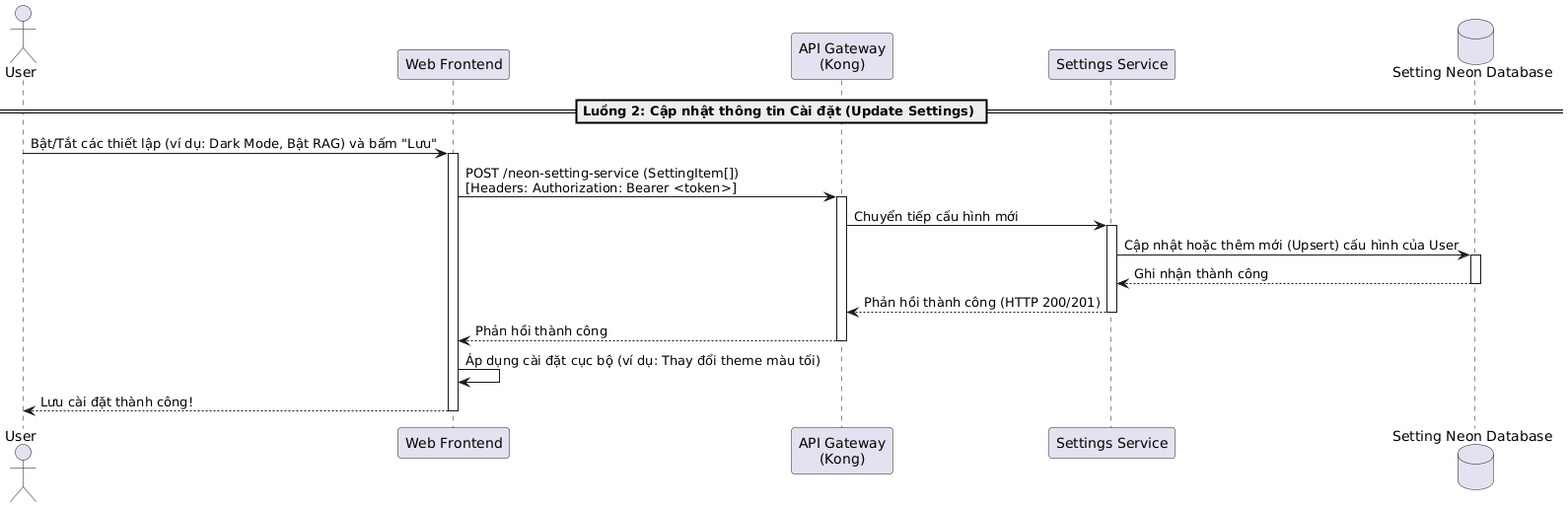
20206205Tech/docs-uml keeps this PlantUML diagram as temp/05-sequence/UML-Sequence-16.png. Above is the earlier version.
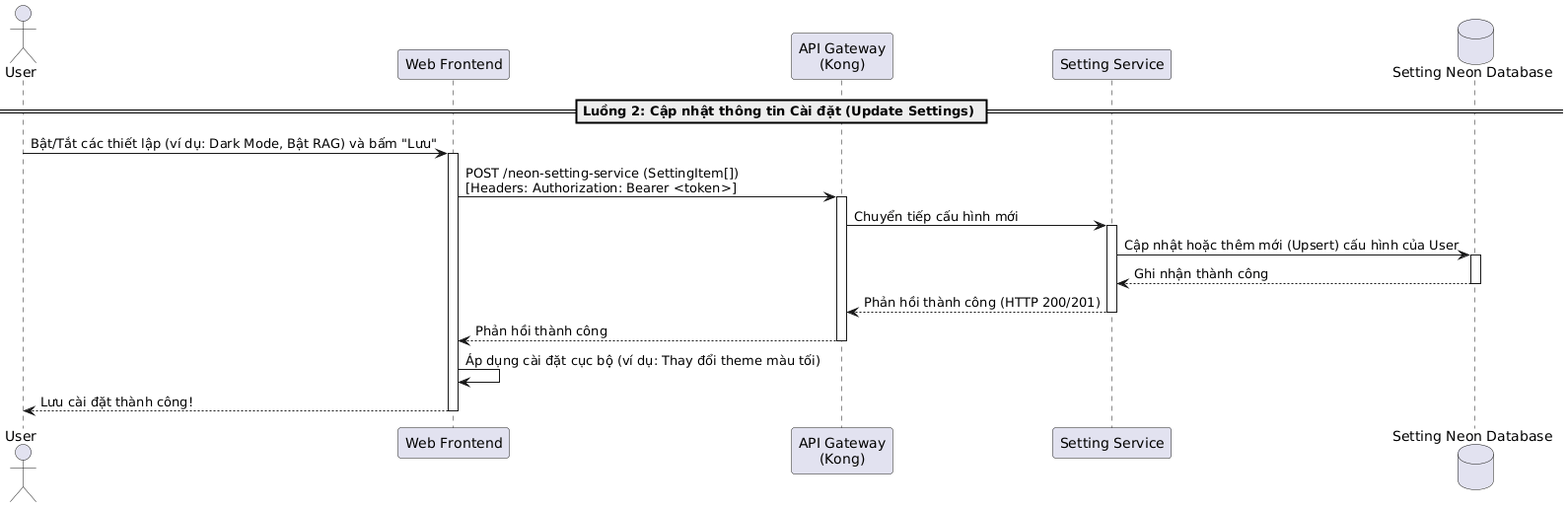
The same file after the commit.

What changed in the source:
```diff
@@ -2,7 +2,7 @@
 actor "User" as User
 participant "Web Frontend" as Frontend
 participant "API Gateway\n(Kong)" as Kong
-participant "Settings Service" as SettingsService
+participant "Setting Service" as SettingService
 database "Setting Neon Database" as DB
 
 == Luồng 2: Cập nhật thông tin Cài đặt (Update Settings) ==
@@ -11,14 +11,14 @@
 
 Frontend -> Kong: POST /neon-setting-service (SettingItem[]) \n[Headers: Authorization: Bearer <token>]
 activate Kong
-Kong -> SettingsService: Chuyển tiếp cấu hình mới
-activate SettingsService
-SettingsService -> DB: Cập nhật hoặc thêm mới (Upsert) cấu hình của User
+Kong -> SettingService: Chuyển tiếp cấu hình mới
+activate SettingService
+SettingService -> DB: Cập nhật hoặc thêm mới (Upsert) cấu hình của User
 activate DB
-DB --> SettingsService: Ghi nhận thành công
+DB --> SettingService: Ghi nhận thành công
 deactivate DB
-SettingsService --> Kong: Phản hồi thành công (HTTP 200/201)
-deactivate SettingsService
+SettingService --> Kong: Phản hồi thành công (HTTP 200/201)
+deactivate SettingService
 Kong --> Frontend: Phản hồi thành công
 deactivate Kong
 
```
